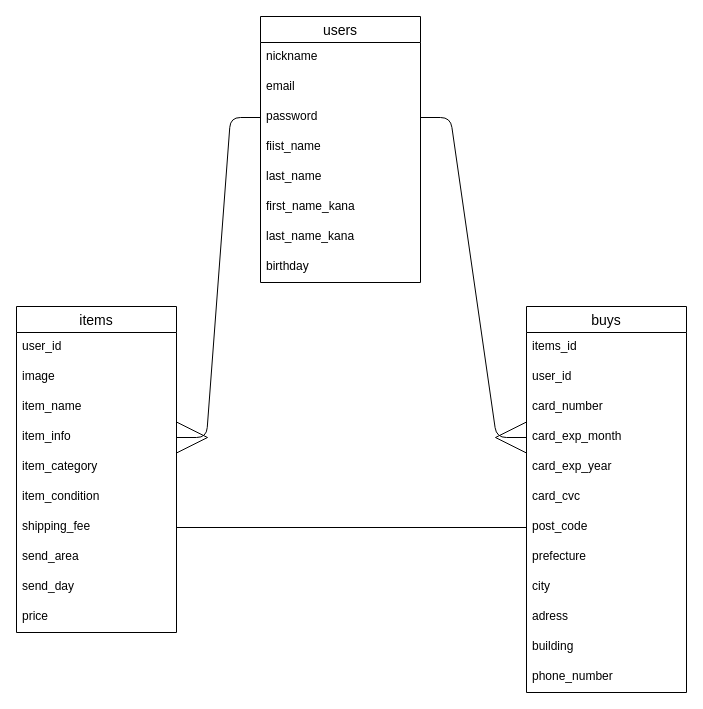
Earlier version of the draw.io diagram furima.dio (gomachan3232/furima-32357). Source tidied: cells renumbered, new cells numbered last; positions are measured from the earlier drawing's top-left corner, leaving out a move shared by most shapes. Both pictures are drawn from the tidied source at 100%, with x=0, y=0 at pixel (16, 16).
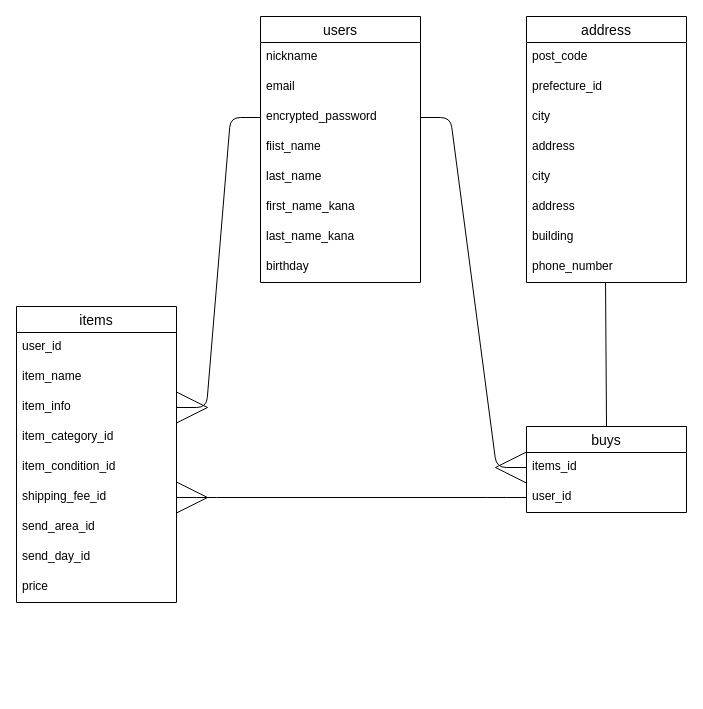
Above is the later version.

Commit message (it also covers changes not shown here):
データベース設計　修正1

Unchanged cells that the change refers to:
```xml
<mxCell id="2" value="users" style="swimlane;fontStyle=0;horizontal=1;startSize=26;align=center;fontSize=14;" parent="1" vertex="1">
  <mxGeometry x="244" width="160" height="266" as="geometry" />
</mxCell>
<mxCell id="23" value="items_id" style="text;strokeColor=none;fillColor=none;spacingLeft=4;spacingRight=4;overflow=hidden;points=[[0,0.5],[1,0.5]];portConstraint=eastwest;fontSize=12;" parent="22" vertex="1">
  <mxGeometry y="26" width="160" height="30" as="geometry" />
</mxCell>
<mxCell id="24" value="user_id" style="text;strokeColor=none;fillColor=none;spacingLeft=4;spacingRight=4;overflow=hidden;points=[[0,0.5],[1,0.5]];portConstraint=eastwest;fontSize=12;" parent="22" vertex="1">
  <mxGeometry y="56" width="160" height="30" as="geometry" />
</mxCell>
```

Change to the diagram source:
```diff
@@
-    <mxCell id="5" value="password" style="text;strokeColor=none;fillColor=none;spacingLeft=4;spacingRight=4;overflow=hidden;points=[[0,0.5],[1,0.5]];portConstraint=eastwest;fontSize=12;" parent="2" vertex="1">
+    <mxCell id="5" value="encrypted_password" style="text;strokeColor=none;fillColor=none;spacingLeft=4;spacingRight=4;overflow=hidden;points=[[0,0.5],[1,0.5]];portConstraint=eastwest;fontSize=12;" parent="2" vertex="1">
       <mxGeometry y="86" width="160" height="30" as="geometry" />
     </mxCell>
@@
     <mxCell id="11" value="items" style="swimlane;fontStyle=0;horizontal=1;startSize=26;align=center;fontSize=14;" parent="1" vertex="1">
-      <mxGeometry y="290" width="160" height="326" as="geometry" />
+      <mxGeometry y="290" width="160" height="296" as="geometry" />
     </mxCell>
@@
-    <mxCell id="13" value="image" style="text;strokeColor=none;fillColor=none;spacingLeft=4;spacingRight=4;overflow=hidden;fontSize=12;" parent="11" vertex="1">
-      <mxGeometry y="56" width="160" height="30" as="geometry" />
-    </mxCell>
     <mxCell id="14" value="item_name" style="text;strokeColor=none;fillColor=none;spacingLeft=4;spacingRight=4;overflow=hidden;fontSize=12;" parent="11" vertex="1">
-      <mxGeometry y="86" width="160" height="30" as="geometry" />
+      <mxGeometry y="56" width="160" height="30" as="geometry" />
     </mxCell>
     <mxCell id="15" value="item_info" style="text;strokeColor=none;fillColor=none;spacingLeft=4;spacingRight=4;overflow=hidden;points=[[0,0.5],[1,0.5]];portConstraint=eastwest;fontSize=12;" parent="11" vertex="1">
-      <mxGeometry y="116" width="160" height="30" as="geometry" />
+      <mxGeometry y="86" width="160" height="30" as="geometry" />
     </mxCell>
-    <mxCell id="16" value="item_category" style="text;strokeColor=none;fillColor=none;spacingLeft=4;spacingRight=4;overflow=hidden;fontSize=12;" parent="11" vertex="1">
-      <mxGeometry y="146" width="160" height="30" as="geometry" />
+    <mxCell id="16" value="item_category_id" style="text;strokeColor=none;fillColor=none;spacingLeft=4;spacingRight=4;overflow=hidden;fontSize=12;" parent="11" vertex="1">
+      <mxGeometry y="116" width="160" height="30" as="geometry" />
     </mxCell>
-    <mxCell id="17" value="item_condition" style="text;strokeColor=none;fillColor=none;spacingLeft=4;spacingRight=4;overflow=hidden;fontSize=12;" parent="11" vertex="1">
-      <mxGeometry y="176" width="160" height="30" as="geometry" />
+    <mxCell id="17" value="item_condition_id" style="text;strokeColor=none;fillColor=none;spacingLeft=4;spacingRight=4;overflow=hidden;fontSize=12;" parent="11" vertex="1">
+      <mxGeometry y="146" width="160" height="30" as="geometry" />
     </mxCell>
-    <mxCell id="18" value="shipping_fee" style="text;strokeColor=none;fillColor=none;spacingLeft=4;spacingRight=4;overflow=hidden;points=[[0,0.5],[1,0.5]];portConstraint=eastwest;fontSize=12;" parent="11" vertex="1">
-      <mxGeometry y="206" width="160" height="30" as="geometry" />
+    <mxCell id="18" value="shipping_fee_id" style="text;strokeColor=none;fillColor=none;spacingLeft=4;spacingRight=4;overflow=hidden;points=[[0,0.5],[1,0.5]];portConstraint=eastwest;fontSize=12;" parent="11" vertex="1">
+      <mxGeometry y="176" width="160" height="30" as="geometry" />
     </mxCell>
-    <mxCell id="19" value="send_area" style="text;strokeColor=none;fillColor=none;spacingLeft=4;spacingRight=4;overflow=hidden;fontSize=12;" parent="11" vertex="1">
-      <mxGeometry y="236" width="160" height="30" as="geometry" />
+    <mxCell id="19" value="send_area_id" style="text;strokeColor=none;fillColor=none;spacingLeft=4;spacingRight=4;overflow=hidden;fontSize=12;" parent="11" vertex="1">
+      <mxGeometry y="206" width="160" height="30" as="geometry" />
     </mxCell>
-    <mxCell id="20" value="send_day" style="text;strokeColor=none;fillColor=none;spacingLeft=4;spacingRight=4;overflow=hidden;fontSize=12;" parent="11" vertex="1">
-      <mxGeometry y="266" width="160" height="30" as="geometry" />
+    <mxCell id="20" value="send_day_id" style="text;strokeColor=none;fillColor=none;spacingLeft=4;spacingRight=4;overflow=hidden;fontSize=12;" parent="11" vertex="1">
+      <mxGeometry y="236" width="160" height="30" as="geometry" />
     </mxCell>
     <mxCell id="21" value="price" style="text;strokeColor=none;fillColor=none;spacingLeft=4;spacingRight=4;overflow=hidden;fontSize=12;" parent="11" vertex="1">
-      <mxGeometry y="296" width="160" height="30" as="geometry" />
+      <mxGeometry y="266" width="160" height="30" as="geometry" />
     </mxCell>
     <mxCell id="22" value="buys" style="swimlane;fontStyle=0;horizontal=1;startSize=26;align=center;fontSize=14;" parent="1" vertex="1">
-      <mxGeometry x="510" y="290" width="160" height="386" as="geometry" />
+      <mxGeometry x="510" y="410" width="160" height="86" as="geometry" />
     </mxCell>
@@
-    <mxCell id="25" value="card_number" style="text;strokeColor=none;fillColor=none;spacingLeft=4;spacingRight=4;overflow=hidden;fontSize=12;" parent="22" vertex="1">
-      <mxGeometry y="86" width="160" height="30" as="geometry" />
-    </mxCell>
-    <mxCell id="26" value="card_exp_month" style="text;strokeColor=none;fillColor=none;spacingLeft=4;spacingRight=4;overflow=hidden;points=[[0,0.5],[1,0.5]];portConstraint=eastwest;fontSize=12;" parent="22" vertex="1">
-      <mxGeometry y="116" width="160" height="30" as="geometry" />
-    </mxCell>
-    <mxCell id="27" value="card_exp_year" style="text;strokeColor=none;fillColor=none;spacingLeft=4;spacingRight=4;overflow=hidden;fontSize=12;" parent="22" vertex="1">
-      <mxGeometry y="146" width="160" height="30" as="geometry" />
-    </mxCell>
-    <mxCell id="28" value="card_cvc" style="text;strokeColor=none;fillColor=none;spacingLeft=4;spacingRight=4;overflow=hidden;fontSize=12;" parent="22" vertex="1">
-      <mxGeometry y="176" width="160" height="30" as="geometry" />
-    </mxCell>
+    <mxCell id="35" style="edgeStyle=entityRelationEdgeStyle;fontSize=12;html=1;endArrow=ERmany;entryX=0;entryY=0.5;entryDx=0;entryDy=0;exitX=1;exitY=0.5;exitDx=0;exitDy=0;endSize=29;" parent="1" edge="1" source="5" target="23">
+      <mxGeometry relative="1" as="geometry" />
+    </mxCell>
+    <mxCell id="37" style="edgeStyle=entityRelationEdgeStyle;fontSize=12;html=1;endArrow=ERmany;entryX=1;entryY=0.5;entryDx=0;entryDy=0;exitX=0;exitY=0.5;exitDx=0;exitDy=0;endSize=29;" parent="1" edge="1" source="5" target="15">
+      <mxGeometry relative="1" as="geometry" />
+    </mxCell>
+    <mxCell id="38" value="address" style="swimlane;fontStyle=0;horizontal=1;startSize=26;align=center;fontSize=14;" parent="1" vertex="1">
+      <mxGeometry x="510" width="160" height="266" as="geometry" />
+    </mxCell>
-    <mxCell id="29" value="post_code" style="text;strokeColor=none;fillColor=none;spacingLeft=4;spacingRight=4;overflow=hidden;points=[[0,0.5],[1,0.5]];portConstraint=eastwest;fontSize=12;" parent="22" vertex="1">
-      <mxGeometry y="206" width="160" height="30" as="geometry" />
+    <mxCell id="29" value="post_code" style="text;strokeColor=none;fillColor=none;spacingLeft=4;spacingRight=4;overflow=hidden;points=[[0,0.5],[1,0.5]];portConstraint=eastwest;fontSize=12;" parent="38" vertex="1">
+      <mxGeometry y="26" width="160" height="30" as="geometry" />
     </mxCell>
-    <mxCell id="30" value="prefecture" style="text;strokeColor=none;fillColor=none;spacingLeft=4;spacingRight=4;overflow=hidden;fontSize=12;" parent="22" vertex="1">
-      <mxGeometry y="236" width="160" height="30" as="geometry" />
-    </mxCell>
-    <mxCell id="31" value="city" style="text;strokeColor=none;fillColor=none;spacingLeft=4;spacingRight=4;overflow=hidden;fontSize=12;" parent="22" vertex="1">
-      <mxGeometry y="266" width="160" height="30" as="geometry" />
-    </mxCell>
-    <mxCell id="32" value="adress" style="text;strokeColor=none;fillColor=none;spacingLeft=4;spacingRight=4;overflow=hidden;fontSize=12;" parent="22" vertex="1">
-      <mxGeometry y="296" width="160" height="30" as="geometry" />
-    </mxCell>
+    <mxCell id="39" value="prefecture_id" style="text;strokeColor=none;fillColor=none;spacingLeft=4;spacingRight=4;overflow=hidden;fontSize=12;" parent="38" vertex="1">
+      <mxGeometry y="56" width="160" height="30" as="geometry" />
+    </mxCell>
+    <mxCell id="40" value="city" style="text;strokeColor=none;fillColor=none;spacingLeft=4;spacingRight=4;overflow=hidden;fontSize=12;" parent="38" vertex="1">
+      <mxGeometry y="86" width="160" height="30" as="geometry" />
+    </mxCell>
+    <mxCell id="41" value="address" style="text;strokeColor=none;fillColor=none;spacingLeft=4;spacingRight=4;overflow=hidden;fontSize=12;" parent="38" vertex="1">
+      <mxGeometry y="116" width="160" height="30" as="geometry" />
+    </mxCell>
+    <mxCell id="42" value="city" style="text;strokeColor=none;fillColor=none;spacingLeft=4;spacingRight=4;overflow=hidden;fontSize=12;" parent="38" vertex="1">
+      <mxGeometry y="146" width="160" height="30" as="geometry" />
+    </mxCell>
+    <mxCell id="43" value="address" style="text;strokeColor=none;fillColor=none;spacingLeft=4;spacingRight=4;overflow=hidden;fontSize=12;" parent="38" vertex="1">
+      <mxGeometry y="176" width="160" height="30" as="geometry" />
+    </mxCell>
-    <mxCell id="33" value="building" style="text;strokeColor=none;fillColor=none;spacingLeft=4;spacingRight=4;overflow=hidden;fontSize=12;" parent="22" vertex="1">
-      <mxGeometry y="326" width="160" height="30" as="geometry" />
+    <mxCell id="33" value="building" style="text;strokeColor=none;fillColor=none;spacingLeft=4;spacingRight=4;overflow=hidden;fontSize=12;" parent="38" vertex="1">
+      <mxGeometry y="206" width="160" height="30" as="geometry" />
     </mxCell>
-    <mxCell id="34" value="phone_number" style="text;strokeColor=none;fillColor=none;spacingLeft=4;spacingRight=4;overflow=hidden;points=[[0,0.5],[1,0.5]];portConstraint=eastwest;fontSize=12;" parent="22" vertex="1">
-      <mxGeometry y="356" width="160" height="30" as="geometry" />
+    <mxCell id="34" value="phone_number" style="text;strokeColor=none;fillColor=none;spacingLeft=4;spacingRight=4;overflow=hidden;points=[[0,0.5],[1,0.5]];portConstraint=eastwest;fontSize=12;" parent="38" vertex="1">
+      <mxGeometry y="236" width="160" height="30" as="geometry" />
     </mxCell>
-    <mxCell id="35" style="edgeStyle=entityRelationEdgeStyle;fontSize=12;html=1;endArrow=ERmany;entryX=0;entryY=0.5;entryDx=0;entryDy=0;exitX=1;exitY=0.5;exitDx=0;exitDy=0;endSize=29;" parent="1" edge="1" source="5" target="26">
-      <mxGeometry relative="1" as="geometry" />
-    </mxCell>
-    <mxCell id="36" style="endArrow=none;html=1;rounded=0;exitX=1;exitY=0.5;exitDx=0;exitDy=0;entryX=0;entryY=0.5;entryDx=0;entryDy=0;" parent="1" edge="1" source="18" target="29">
-      <mxGeometry relative="1" as="geometry" />
-    </mxCell>
-    <mxCell id="37" style="edgeStyle=entityRelationEdgeStyle;fontSize=12;html=1;endArrow=ERmany;entryX=1;entryY=0.5;entryDx=0;entryDy=0;exitX=0;exitY=0.5;exitDx=0;exitDy=0;endSize=29;" parent="1" edge="1" source="5" target="15">
-      <mxGeometry relative="1" as="geometry" />
-    </mxCell>
+    <mxCell id="44" style="endArrow=none;html=1;rounded=0;entryX=0.5;entryY=0;entryDx=0;entryDy=0;exitX=0.494;exitY=1;exitDx=0;exitDy=0;exitPerimeter=0;" parent="1" edge="1" source="34" target="22">
+      <mxGeometry relative="1" as="geometry" />
+    </mxCell>
+    <mxCell id="45" style="edgeStyle=entityRelationEdgeStyle;fontSize=12;html=1;endArrow=ERmany;entryX=1;entryY=0.5;entryDx=0;entryDy=0;exitX=0;exitY=0.5;exitDx=0;exitDy=0;endSize=29;" parent="1" edge="1" source="24" target="18">
+      <mxGeometry relative="1" as="geometry" />
+    </mxCell>
```
